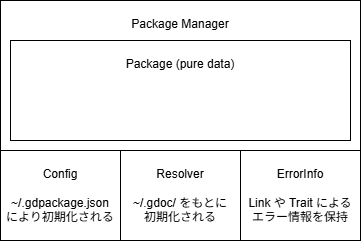
tyskdm/gdoc keeps this draw.io diagram as docs/ArchitecturalDesign/package/package.drawio.png. Above is the earlier version. Source tidied: cells renumbered, new cells last; positions are measured from the earlier drawing's top-left corner, leaving out a move shared by most shapes.
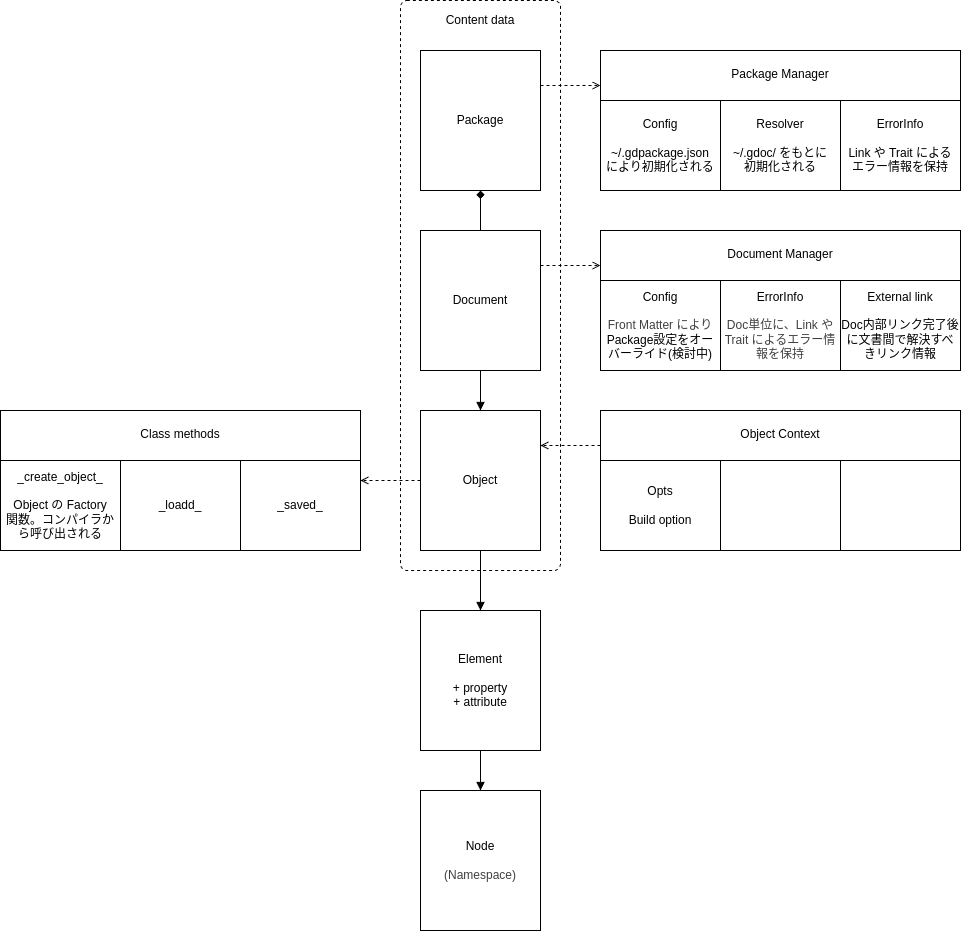
After the change.

Commit message:
docs: update architectural design diagram for improved clarity

What changed in the source:
```diff
@@ -2,20 +2,107 @@
   <root>
     <mxCell id="0" />
     <mxCell id="1" parent="0" />
+    <mxCell id="7" value="Content data" style="rounded=1;whiteSpace=wrap;html=1;arcSize=4;verticalAlign=top;spacingTop=6;dashed=1;" parent="1" vertex="1">
+      <mxGeometry x="-10" y="-10" width="160" height="570" as="geometry" />
+    </mxCell>
+    <mxCell id="8" style="edgeStyle=none;html=1;exitX=1;exitY=0.25;exitDx=0;exitDy=0;entryX=0;entryY=0.25;entryDx=0;entryDy=0;endArrow=open;endFill=0;dashed=1;" parent="1" edge="1" source="6" target="2">
+      <mxGeometry relative="1" as="geometry" />
+    </mxCell>
+    <mxCell id="6" value="Package" style="rounded=0;whiteSpace=wrap;html=1;verticalAlign=middle;spacingTop=0;" parent="1" vertex="1">
+      <mxGeometry x="10" y="40" width="120" height="140" as="geometry" />
+    </mxCell>
+    <mxCell id="9" style="group;" parent="1" vertex="1">
+      <mxGeometry x="190" y="40" width="360" height="140" as="geometry" />
+    </mxCell>
-    <mxCell id="2" value="Package Manager" style="rounded=0;whiteSpace=wrap;html=1;align=center;verticalAlign=top;spacingTop=10;" parent="1" vertex="1">
-      <mxGeometry width="360" height="240" as="geometry" />
+    <mxCell id="2" value="Package Manager" style="rounded=0;whiteSpace=wrap;html=1;align=center;verticalAlign=top;spacingTop=10;" parent="9" vertex="1">
+      <mxGeometry width="360" height="140" as="geometry" />
     </mxCell>
-    <mxCell id="3" value="Resolver&lt;br&gt;&lt;br&gt;&lt;div&gt;~/.gdoc/ をもとに&lt;br&gt;初期化される&lt;/div&gt;" style="rounded=0;whiteSpace=wrap;html=1;" parent="1" vertex="1">
-      <mxGeometry x="120" y="150" width="120" height="90" as="geometry" />
+    <mxCell id="3" value="Resolver&lt;br&gt;&lt;br&gt;&lt;div&gt;~/.gdoc/ をもとに&lt;br&gt;初期化される&lt;/div&gt;" style="rounded=0;whiteSpace=wrap;html=1;" parent="9" vertex="1">
+      <mxGeometry x="120" y="50" width="120" height="90" as="geometry" />
     </mxCell>
-    <mxCell id="4" value="Config&lt;div&gt;&lt;br&gt;&lt;/div&gt;&lt;div&gt;~/.gdpackage.json&lt;br&gt;により初期化される&lt;/div&gt;" style="rounded=0;whiteSpace=wrap;html=1;" parent="1" vertex="1">
-      <mxGeometry y="150" width="120" height="90" as="geometry" />
+    <mxCell id="4" value="Config&lt;div&gt;&lt;br&gt;&lt;/div&gt;&lt;div&gt;~/.gdpackage.json&lt;br&gt;により初期化される&lt;/div&gt;" style="rounded=0;whiteSpace=wrap;html=1;" parent="9" vertex="1">
+      <mxGeometry y="50" width="120" height="90" as="geometry" />
     </mxCell>
-    <mxCell id="5" value="ErrorInfo&lt;br&gt;&lt;br&gt;&lt;div&gt;Link や Trait による&lt;br&gt;エラー情報を保持&lt;/div&gt;" style="rounded=0;whiteSpace=wrap;html=1;" parent="1" vertex="1">
-      <mxGeometry x="240" y="150" width="120" height="90" as="geometry" />
+    <mxCell id="5" value="ErrorInfo&lt;br&gt;&lt;br&gt;&lt;div&gt;Link や Trait による&lt;br&gt;エラー情報を保持&lt;/div&gt;" style="rounded=0;whiteSpace=wrap;html=1;" parent="9" vertex="1">
+      <mxGeometry x="240" y="50" width="120" height="90" as="geometry" />
     </mxCell>
-    <mxCell id="6" value="Package (pure data)" style="rounded=0;whiteSpace=wrap;html=1;verticalAlign=top;spacingTop=10;" parent="1" vertex="1">
-      <mxGeometry x="10" y="40" width="340" height="100" as="geometry" />
-    </mxCell>
+    <mxCell id="10" style="edgeStyle=none;html=1;exitX=1;exitY=0.25;exitDx=0;exitDy=0;entryX=0;entryY=0.25;entryDx=0;entryDy=0;endArrow=open;endFill=0;dashed=1;" parent="1" edge="1" source="13" target="15">
+      <mxGeometry relative="1" as="geometry" />
+    </mxCell>
+    <mxCell id="11" style="edgeStyle=none;html=1;exitX=0.5;exitY=1;exitDx=0;exitDy=0;endArrow=block;endFill=1;" parent="1" edge="1" source="13" target="19">
+      <mxGeometry relative="1" as="geometry" />
+    </mxCell>
+    <mxCell id="12" style="edgeStyle=none;html=1;exitX=0.5;exitY=0;exitDx=0;exitDy=0;entryX=0.5;entryY=1;entryDx=0;entryDy=0;endArrow=diamond;endFill=1;" parent="1" edge="1" source="13" target="6">
+      <mxGeometry relative="1" as="geometry" />
+    </mxCell>
+    <mxCell id="13" value="Document" style="rounded=0;whiteSpace=wrap;html=1;verticalAlign=middle;spacingTop=0;" parent="1" vertex="1">
+      <mxGeometry x="10" y="220" width="120" height="140" as="geometry" />
+    </mxCell>
+    <mxCell id="14" style="group;" parent="1" vertex="1">
+      <mxGeometry x="190" y="220" width="360" height="140" as="geometry" />
+    </mxCell>
+    <mxCell id="15" value="Document Manager" style="rounded=0;whiteSpace=wrap;html=1;align=center;verticalAlign=top;spacingTop=10;" parent="14" vertex="1">
+      <mxGeometry width="360" height="140" as="geometry" />
+    </mxCell>
+    <mxCell id="16" value="&lt;span style=&quot;color: rgb(0, 0, 0);&quot;&gt;ErrorInfo&lt;/span&gt;&lt;br style=&quot;color: rgb(63, 63, 63); scrollbar-color: rgb(226, 226, 226) rgb(251, 251, 251);&quot;&gt;&lt;br style=&quot;color: rgb(63, 63, 63); scrollbar-color: rgb(226, 226, 226) rgb(251, 251, 251);&quot;&gt;&lt;div style=&quot;color: rgb(63, 63, 63); scrollbar-color: rgb(226, 226, 226) rgb(251, 251, 251);&quot;&gt;Doc単位に、Link や Trait によるエラー情報を保持&lt;/div&gt;" style="rounded=0;whiteSpace=wrap;html=1;" parent="14" vertex="1">
+      <mxGeometry x="120" y="50" width="120" height="90" as="geometry" />
+    </mxCell>
+    <mxCell id="17" value="Config&lt;div&gt;&lt;font color=&quot;#000000&quot;&gt;&lt;br&gt;&lt;/font&gt;&lt;div&gt;&lt;span style=&quot;color: rgb(63, 63, 63); background-color: transparent;&quot;&gt;Front Matter により&lt;/span&gt;&lt;/div&gt;&lt;div&gt;Package設定をオーバーライド(検討中)&lt;/div&gt;&lt;/div&gt;" style="rounded=0;whiteSpace=wrap;html=1;" parent="14" vertex="1">
+      <mxGeometry y="50" width="120" height="90" as="geometry" />
+    </mxCell>
+    <mxCell id="18" value="External link&lt;br&gt;&lt;br&gt;&lt;div&gt;Doc内部リンク完了後に文書間で解決すべきリンク情報&lt;/div&gt;" style="rounded=0;whiteSpace=wrap;html=1;" parent="14" vertex="1">
+      <mxGeometry x="240" y="50" width="120" height="90" as="geometry" />
+    </mxCell>
+    <mxCell id="19" value="Object" style="rounded=0;whiteSpace=wrap;html=1;verticalAlign=middle;spacingTop=0;" parent="1" vertex="1">
+      <mxGeometry x="10" y="400" width="120" height="140" as="geometry" />
+    </mxCell>
+    <mxCell id="20" style="group;" parent="1" vertex="1">
+      <mxGeometry x="-410" y="400" width="360" height="140" as="geometry" />
+    </mxCell>
+    <mxCell id="21" value="Class methods" style="rounded=0;whiteSpace=wrap;html=1;align=center;verticalAlign=top;spacingTop=10;" parent="20" vertex="1">
+      <mxGeometry width="360" height="140" as="geometry" />
+    </mxCell>
+    <mxCell id="22" value="_loadd_" style="rounded=0;whiteSpace=wrap;html=1;" parent="20" vertex="1">
+      <mxGeometry x="120" y="50" width="120" height="90" as="geometry" />
+    </mxCell>
+    <mxCell id="23" value="_create_object_&lt;div&gt;&lt;font color=&quot;#000000&quot;&gt;&lt;br&gt;&lt;/font&gt;&lt;div&gt;Object の Factory&lt;br&gt;関数。コンパイラから呼び出される&lt;/div&gt;&lt;/div&gt;" style="rounded=0;whiteSpace=wrap;html=1;" parent="20" vertex="1">
+      <mxGeometry y="50" width="120" height="90" as="geometry" />
+    </mxCell>
+    <mxCell id="24" value="_saved_" style="rounded=0;whiteSpace=wrap;html=1;" parent="20" vertex="1">
+      <mxGeometry x="240" y="50" width="120" height="90" as="geometry" />
+    </mxCell>
+    <mxCell id="25" value="Element&lt;br&gt;&lt;br&gt;&lt;div&gt;+ property&lt;div&gt;+ attribute&lt;/div&gt;&lt;/div&gt;" style="rounded=0;whiteSpace=wrap;html=1;verticalAlign=middle;spacingTop=0;" parent="1" vertex="1">
+      <mxGeometry x="10" y="600" width="120" height="140" as="geometry" />
+    </mxCell>
+    <mxCell id="26" value="Node&lt;div&gt;&lt;font color=&quot;#000000&quot;&gt;&lt;br&gt;&lt;/font&gt;&lt;div&gt;&lt;span style=&quot;color: rgb(63, 63, 63); background-color: transparent;&quot;&gt;(Namespace)&lt;/span&gt;&lt;/div&gt;&lt;/div&gt;" style="rounded=0;whiteSpace=wrap;html=1;verticalAlign=middle;spacingTop=0;" parent="1" vertex="1">
+      <mxGeometry x="10" y="780" width="120" height="140" as="geometry" />
+    </mxCell>
+    <mxCell id="27" style="edgeStyle=none;html=1;exitX=0.5;exitY=1;exitDx=0;exitDy=0;endArrow=block;endFill=1;entryX=0.5;entryY=0;entryDx=0;entryDy=0;" parent="1" edge="1" source="19" target="25">
+      <mxGeometry relative="1" as="geometry" />
+    </mxCell>
+    <mxCell id="28" style="edgeStyle=none;html=1;exitX=0.5;exitY=1;exitDx=0;exitDy=0;endArrow=block;endFill=1;" parent="1" edge="1" source="25" target="26">
+      <mxGeometry relative="1" as="geometry" />
+    </mxCell>
+    <mxCell id="29" style="edgeStyle=none;html=1;exitX=0;exitY=0.5;exitDx=0;exitDy=0;endArrow=open;endFill=0;dashed=1;entryX=1;entryY=0.5;entryDx=0;entryDy=0;" parent="1" edge="1" source="19" target="21">
+      <mxGeometry relative="1" as="geometry" />
+    </mxCell>
+    <mxCell id="30" style="group;" parent="1" vertex="1">
+      <mxGeometry x="190" y="400" width="360" height="140" as="geometry" />
+    </mxCell>
+    <mxCell id="31" value="Object Context" style="rounded=0;whiteSpace=wrap;html=1;align=center;verticalAlign=top;spacingTop=10;" parent="30" vertex="1">
+      <mxGeometry width="360" height="140" as="geometry" />
+    </mxCell>
+    <mxCell id="32" style="rounded=0;whiteSpace=wrap;html=1;" parent="30" vertex="1">
+      <mxGeometry x="120" y="50" width="120" height="90" as="geometry" />
+    </mxCell>
+    <mxCell id="33" value="Opts&lt;div&gt;&lt;br&gt;&lt;/div&gt;&lt;div&gt;Build option&lt;/div&gt;" style="rounded=0;whiteSpace=wrap;html=1;" parent="30" vertex="1">
+      <mxGeometry y="50" width="120" height="90" as="geometry" />
+    </mxCell>
+    <mxCell id="34" style="rounded=0;whiteSpace=wrap;html=1;" parent="30" vertex="1">
+      <mxGeometry x="240" y="50" width="120" height="90" as="geometry" />
+    </mxCell>
+    <mxCell id="35" style="edgeStyle=none;html=1;exitX=0;exitY=0.25;exitDx=0;exitDy=0;entryX=1;entryY=0.25;entryDx=0;entryDy=0;endArrow=open;endFill=0;dashed=1;" parent="1" edge="1" source="31" target="19">
+      <mxGeometry relative="1" as="geometry" />
+    </mxCell>
   </root>
 </mxGraphModel>
```
